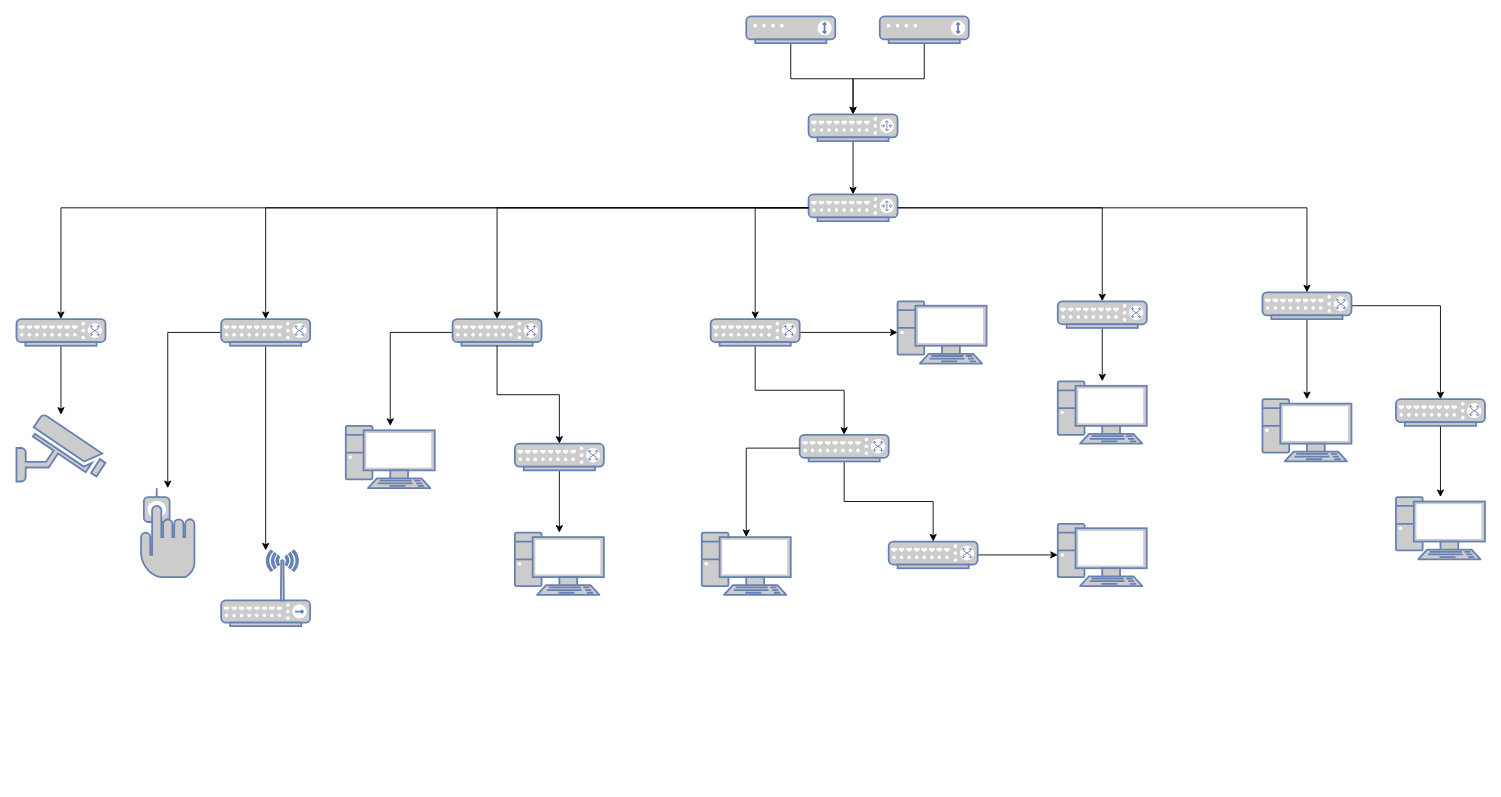
Before: tes.drawio in Rizkyhnkw/diagram, a draw.io diagram. Source tidied: cells renumbered, new cells numbered last; positions are measured from the earlier drawing's top-left corner, leaving out a move shared by most shapes. Both pictures are drawn from the tidied source at 89%, with x=0, y=0 at pixel (16, 16).
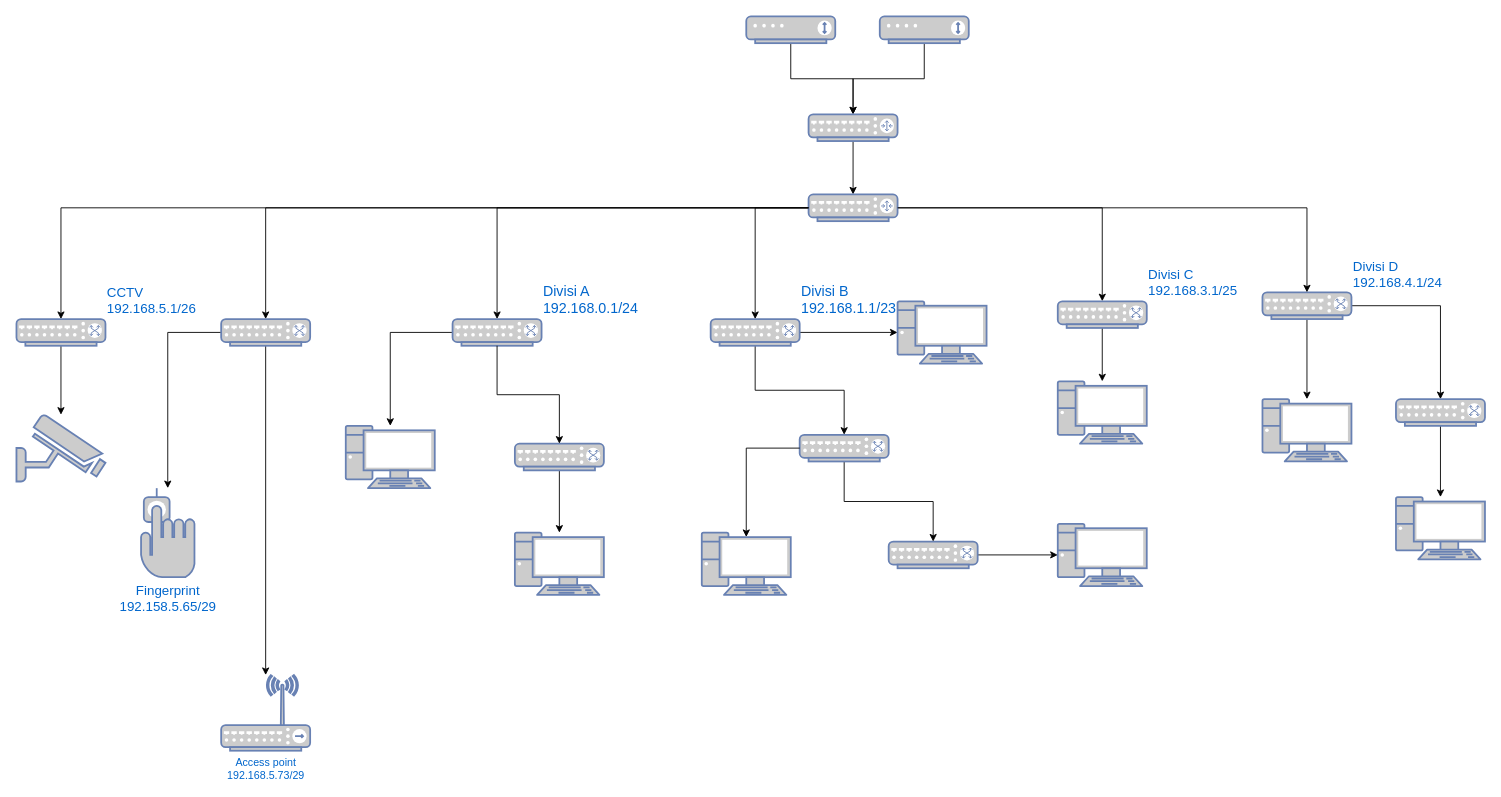
After the change.

The edit, as a diff of the source:
```diff
@@
-    <mxCell id="15" style="fontColor=#0066CC;verticalAlign=top;verticalLabelPosition=bottom;labelPosition=center;align=center;html=1;outlineConnect=0;fillColor=#CCCCCC;strokeColor=#6881B3;gradientColor=none;gradientDirection=north;strokeWidth=2;shape=mxgraph.networks.switch;" parent="1" vertex="1">
+    <mxCell id="15" value="&lt;div&gt;Divisi D&lt;/div&gt;&lt;div&gt;192.168.4.1/24&lt;/div&gt;" style="fontColor=#0066CC;verticalAlign=bottom;verticalLabelPosition=top;labelPosition=right;align=left;html=1;outlineConnect=0;fillColor=#CCCCCC;strokeColor=#6881B3;gradientColor=none;gradientDirection=north;strokeWidth=2;shape=mxgraph.networks.switch;fontSize=15;" parent="1" vertex="1">
       <mxGeometry x="1400" y="310" width="100" height="30" as="geometry" />
     </mxCell>
@@
-    <mxCell id="17" style="fontColor=#0066CC;verticalAlign=top;verticalLabelPosition=bottom;labelPosition=center;align=center;html=1;outlineConnect=0;fillColor=#CCCCCC;strokeColor=#6881B3;gradientColor=none;gradientDirection=north;strokeWidth=2;shape=mxgraph.networks.switch;" parent="1" vertex="1">
+    <mxCell id="17" value="&lt;div&gt;CCTV&lt;/div&gt;&lt;div&gt;192.168.5.1/26&lt;/div&gt;" style="fontColor=#0066CC;verticalAlign=bottom;verticalLabelPosition=top;labelPosition=right;align=left;html=1;outlineConnect=0;fillColor=#CCCCCC;strokeColor=#6881B3;gradientColor=none;gradientDirection=north;strokeWidth=2;shape=mxgraph.networks.switch;fontSize=15;" parent="1" vertex="1">
       <mxGeometry y="340" width="100" height="30" as="geometry" />
     </mxCell>
@@
-    <mxCell id="20" style="fontColor=#0066CC;verticalAlign=top;verticalLabelPosition=bottom;labelPosition=center;align=center;html=1;outlineConnect=0;fillColor=#CCCCCC;strokeColor=#6881B3;gradientColor=none;gradientDirection=north;strokeWidth=2;shape=mxgraph.networks.switch;" parent="1" vertex="1">
+    <mxCell id="20" value="&lt;div&gt;Divisi B&lt;/div&gt;&lt;div&gt;192.168.1.1/23&lt;br&gt;&lt;/div&gt;" style="fontColor=#0066CC;verticalAlign=bottom;verticalLabelPosition=top;labelPosition=right;align=left;html=1;outlineConnect=0;fillColor=#CCCCCC;strokeColor=#6881B3;gradientColor=none;gradientDirection=north;strokeWidth=2;shape=mxgraph.networks.switch;fontSize=16;" parent="1" vertex="1">
       <mxGeometry x="780" y="340" width="100" height="30" as="geometry" />
     </mxCell>
@@
-    <mxCell id="22" style="fontColor=#0066CC;verticalAlign=top;verticalLabelPosition=bottom;labelPosition=center;align=center;html=1;outlineConnect=0;fillColor=#CCCCCC;strokeColor=#6881B3;gradientColor=none;gradientDirection=north;strokeWidth=2;shape=mxgraph.networks.switch;" parent="1" vertex="1">
+    <mxCell id="22" value="&lt;div&gt;D&lt;font&gt;ivisi C&lt;/font&gt;&lt;/div&gt;&lt;div&gt;&lt;font&gt;192.168.3.1/25&lt;br&gt;&lt;/font&gt;&lt;/div&gt;" style="fontColor=#0066CC;verticalAlign=bottom;verticalLabelPosition=top;labelPosition=right;align=left;html=1;outlineConnect=0;fillColor=#CCCCCC;strokeColor=#6881B3;gradientColor=none;gradientDirection=north;strokeWidth=2;shape=mxgraph.networks.switch;fontSize=15;" parent="1" vertex="1">
       <mxGeometry x="1170" y="320" width="100" height="30" as="geometry" />
     </mxCell>
@@
-    <mxCell id="24" style="fontColor=#0066CC;verticalAlign=top;verticalLabelPosition=bottom;labelPosition=center;align=center;html=1;outlineConnect=0;fillColor=#CCCCCC;strokeColor=#6881B3;gradientColor=none;gradientDirection=north;strokeWidth=2;shape=mxgraph.networks.switch;" parent="1" vertex="1">
+    <mxCell id="24" value="&lt;div&gt;Divisi A&lt;/div&gt;&lt;div&gt;192.168.0.1/24&lt;/div&gt;" style="fontColor=#0066CC;verticalAlign=bottom;verticalLabelPosition=top;labelPosition=right;align=left;html=1;outlineConnect=0;fillColor=#CCCCCC;strokeColor=#6881B3;gradientColor=none;gradientDirection=north;strokeWidth=2;shape=mxgraph.networks.switch;fontSize=16;" parent="1" vertex="1">
       <mxGeometry x="490" y="340" width="100" height="30" as="geometry" />
     </mxCell>
@@
-    <mxCell id="49" style="fontColor=#0066CC;verticalAlign=top;verticalLabelPosition=bottom;labelPosition=center;align=center;html=1;outlineConnect=0;fillColor=#CCCCCC;strokeColor=#6881B3;gradientColor=none;gradientDirection=north;strokeWidth=2;shape=mxgraph.networks.biometric_reader;" parent="1" vertex="1">
+    <mxCell id="49" value="&lt;div&gt;&lt;font style=&quot;font-size: 15px;&quot;&gt;Fingerprint&lt;/font&gt;&lt;/div&gt;&lt;div&gt;&lt;font style=&quot;font-size: 15px;&quot;&gt;192.158.5.65/29&lt;br&gt;&lt;/font&gt;&lt;/div&gt;&lt;div&gt;&lt;br&gt;&lt;/div&gt;" style="fontColor=#0066CC;verticalAlign=top;verticalLabelPosition=bottom;labelPosition=center;align=center;html=1;outlineConnect=0;fillColor=#CCCCCC;strokeColor=#6881B3;gradientColor=none;gradientDirection=north;strokeWidth=2;shape=mxgraph.networks.biometric_reader;" parent="1" vertex="1">
       <mxGeometry x="140" y="530" width="60" height="100" as="geometry" />
     </mxCell>
-    <mxCell id="50" style="fontColor=#0066CC;verticalAlign=top;verticalLabelPosition=bottom;labelPosition=center;align=center;html=1;outlineConnect=0;fillColor=#CCCCCC;strokeColor=#6881B3;gradientColor=none;gradientDirection=north;strokeWidth=2;shape=mxgraph.networks.wireless_hub;" parent="1" vertex="1">
-      <mxGeometry x="230" y="600" width="100" height="85" as="geometry" />
+    <mxCell id="50" value="&lt;div&gt;Access point&lt;/div&gt;&lt;div&gt;192.168.5.73/29&lt;/div&gt;" style="fontColor=#0066CC;verticalAlign=top;verticalLabelPosition=bottom;labelPosition=center;align=center;html=1;outlineConnect=0;fillColor=#CCCCCC;strokeColor=#6881B3;gradientColor=none;gradientDirection=north;strokeWidth=2;shape=mxgraph.networks.wireless_hub;" parent="1" vertex="1">
+      <mxGeometry x="230" y="740" width="100" height="85" as="geometry" />
     </mxCell>
```
